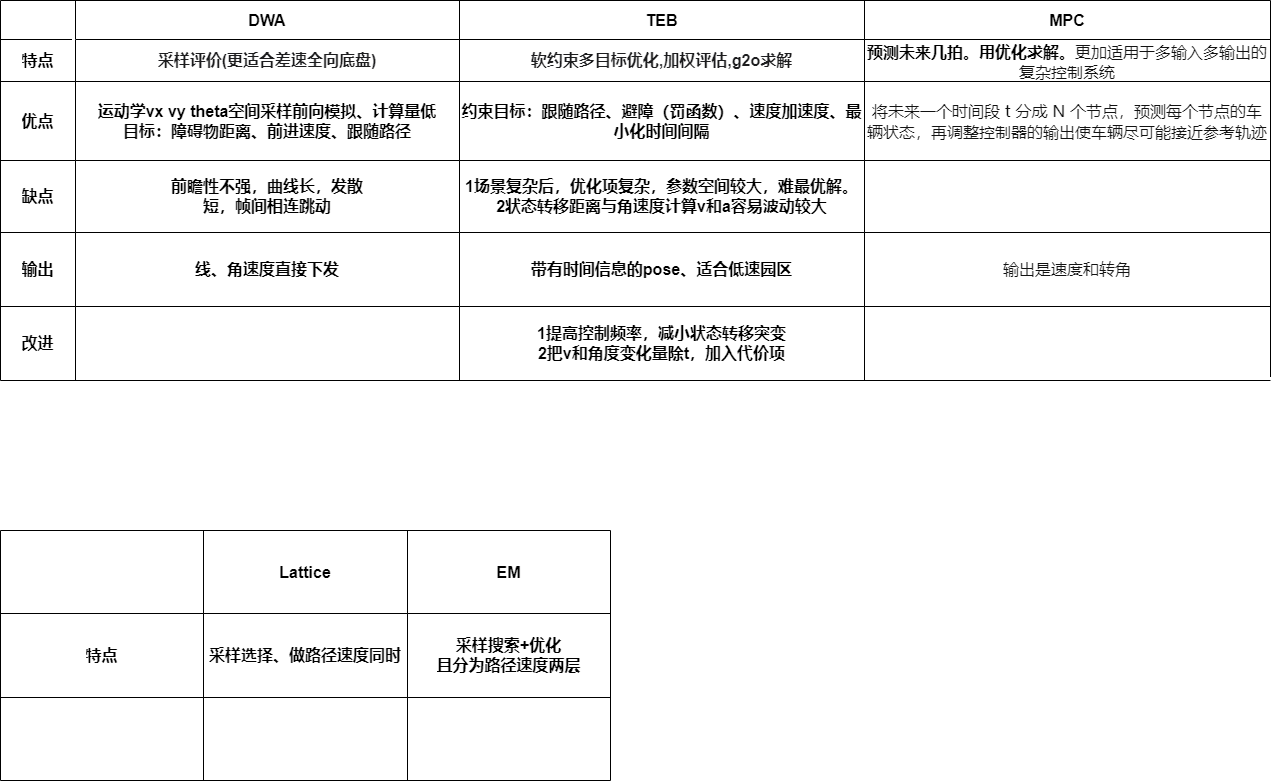
This is fisrst.drawio.png from JonHarold/MAPF, a draw.io export, as it was before one commit. Source tidied: cells renumbered, new cells last; positions are measured from the earlier drawing's top-left corner, leaving out a move shared by most shapes.
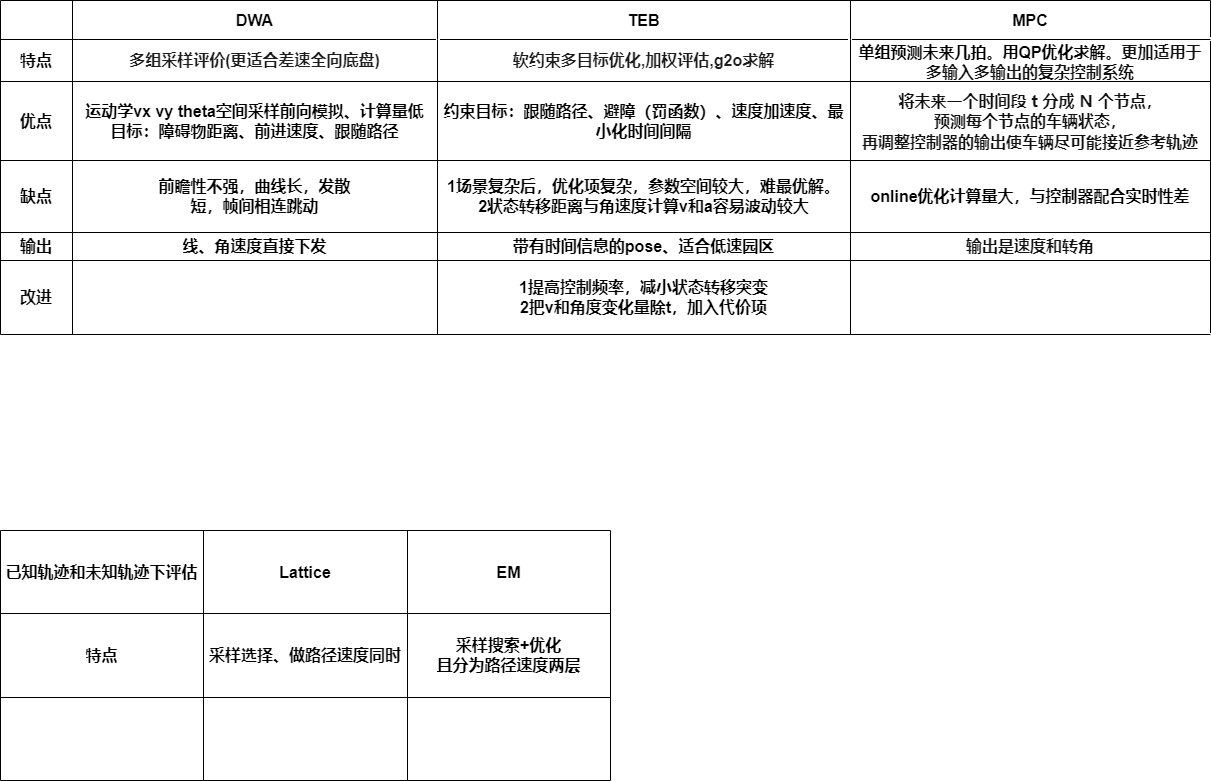
The same diagram one commit later.

Change to the diagram source:
```diff
@@ -3,97 +3,97 @@
     <mxCell id="0" />
     <mxCell id="1" parent="0" />
     <mxCell id="2" style="shape=table;startSize=0;fontSize=16;fontStyle=1;" parent="1" vertex="1">
-      <mxGeometry width="1270" height="380" as="geometry" />
+      <mxGeometry width="1210" height="334" as="geometry" />
     </mxCell>
     <mxCell id="3" style="shape=tableRow;horizontal=0;startSize=0;swimlaneHead=0;swimlaneBody=0;top=0;left=0;bottom=0;right=0;fillColor=none;fontSize=16;fontStyle=1;" parent="2" vertex="1">
-      <mxGeometry width="1270" height="39" as="geometry" />
+      <mxGeometry width="1210" height="39" as="geometry" />
     </mxCell>
     <mxCell id="4" style="shape=partialRectangle;html=1;whiteSpace=wrap;overflow=hidden;fillColor=none;top=0;left=0;bottom=0;right=0;fontSize=16;fontStyle=1;" parent="3" vertex="1">
-      <mxGeometry width="75" height="39" as="geometry" />
+      <mxGeometry width="72" height="39" as="geometry" />
     </mxCell>
     <mxCell id="5" value="DWA" style="shape=partialRectangle;html=1;whiteSpace=wrap;overflow=hidden;fillColor=none;top=0;left=0;bottom=0;right=0;fontSize=16;fontStyle=1;" parent="3" vertex="1">
-      <mxGeometry x="75" width="384" height="39" as="geometry" />
+      <mxGeometry x="72" width="365" height="39" as="geometry" />
     </mxCell>
     <mxCell id="6" value="TEB" style="shape=partialRectangle;html=1;whiteSpace=wrap;overflow=hidden;fillColor=none;top=0;left=0;bottom=0;right=0;fontSize=16;fontStyle=1;" parent="3" vertex="1">
-      <mxGeometry x="459" width="405" height="39" as="geometry" />
+      <mxGeometry x="437" width="413" height="39" as="geometry" />
     </mxCell>
     <mxCell id="7" value="MPC" style="shape=partialRectangle;html=1;whiteSpace=wrap;overflow=hidden;fillColor=none;top=0;left=0;bottom=0;right=0;fontSize=16;fontStyle=1;" parent="3" vertex="1">
-      <mxGeometry x="864" width="406" height="39" as="geometry" />
+      <mxGeometry x="850" width="360" height="39" as="geometry" />
     </mxCell>
     <mxCell id="8" style="shape=tableRow;horizontal=0;startSize=0;swimlaneHead=0;swimlaneBody=0;top=0;left=0;bottom=0;right=0;fillColor=none;fontSize=16;fontStyle=1;" parent="2" vertex="1">
-      <mxGeometry y="39" width="1270" height="42" as="geometry" />
+      <mxGeometry y="39" width="1210" height="42" as="geometry" />
     </mxCell>
     <mxCell id="9" value="特点" style="shape=partialRectangle;html=1;whiteSpace=wrap;overflow=hidden;fillColor=none;top=0;left=0;bottom=0;right=0;fontSize=16;fontStyle=1;" parent="8" vertex="1">
-      <mxGeometry width="75" height="42" as="geometry" />
+      <mxGeometry width="72" height="42" as="geometry" />
     </mxCell>
-    <mxCell id="10" value="&lt;span style=&quot;color: rgb(29, 29, 31); font-family: SourceSansPro, -apple-system, &amp;quot;PingFang SC&amp;quot;, &amp;quot;Apple Color Emoji&amp;quot;, BlinkMacSystemFont, Helvetica, Arial, &amp;quot;Segoe UI Emoji&amp;quot;, &amp;quot;Segoe UI Symbol&amp;quot;, &amp;quot;Microsoft YaHei&amp;quot;, 微软雅黑, 黑体, Heiti, sans-serif, SimSun, 宋体, serif; font-size: 16px; text-align: start; background-color: rgb(255, 255, 255);&quot;&gt;采样评价(更适合差速全向底盘)&lt;/span&gt;" style="shape=partialRectangle;html=1;whiteSpace=wrap;overflow=hidden;fillColor=none;top=0;left=0;bottom=0;right=0;fontSize=16;fontStyle=1;" parent="8" vertex="1">
-      <mxGeometry x="75" width="384" height="42" as="geometry" />
+    <mxCell id="10" value="&lt;span style=&quot;color: rgb(29, 29, 31); font-family: SourceSansPro, -apple-system, &amp;quot;PingFang SC&amp;quot;, &amp;quot;Apple Color Emoji&amp;quot;, BlinkMacSystemFont, Helvetica, Arial, &amp;quot;Segoe UI Emoji&amp;quot;, &amp;quot;Segoe UI Symbol&amp;quot;, &amp;quot;Microsoft YaHei&amp;quot;, 微软雅黑, 黑体, Heiti, sans-serif, SimSun, 宋体, serif; font-size: 16px; text-align: start; background-color: rgb(255, 255, 255);&quot;&gt;多组采样评价(更适合差速全向底盘)&lt;/span&gt;" style="shape=partialRectangle;html=1;whiteSpace=wrap;overflow=hidden;fillColor=none;top=0;left=0;bottom=0;right=0;fontSize=16;fontStyle=1;" parent="8" vertex="1">
+      <mxGeometry x="72" width="365" height="42" as="geometry" />
     </mxCell>
     <mxCell id="11" value="&lt;span style=&quot;color: rgb(29, 29, 31); font-family: SourceSansPro, -apple-system, &amp;quot;PingFang SC&amp;quot;, &amp;quot;Apple Color Emoji&amp;quot;, BlinkMacSystemFont, Helvetica, Arial, &amp;quot;Segoe UI Emoji&amp;quot;, &amp;quot;Segoe UI Symbol&amp;quot;, &amp;quot;Microsoft YaHei&amp;quot;, 微软雅黑, 黑体, Heiti, sans-serif, SimSun, 宋体, serif; font-size: 16px; text-align: start; background-color: rgb(255, 255, 255);&quot;&gt;软约束多目标优化,加权评估,g2o求解&lt;/span&gt;" style="shape=partialRectangle;html=1;whiteSpace=wrap;overflow=hidden;fillColor=none;top=0;left=0;bottom=0;right=0;fontSize=16;fontStyle=1;" parent="8" vertex="1">
-      <mxGeometry x="459" width="405" height="42" as="geometry" />
+      <mxGeometry x="437" width="413" height="42" as="geometry" />
     </mxCell>
-    <mxCell id="12" value="预测未来几拍。用优化求解。&lt;span style=&quot;color: rgb(18, 18, 18); font-family: -apple-system, BlinkMacSystemFont, &amp;quot;Helvetica Neue&amp;quot;, &amp;quot;PingFang SC&amp;quot;, &amp;quot;Microsoft YaHei&amp;quot;, &amp;quot;Source Han Sans SC&amp;quot;, &amp;quot;Noto Sans CJK SC&amp;quot;, &amp;quot;WenQuanYi Micro Hei&amp;quot;, sans-serif; font-size: medium; font-weight: 400; text-align: start; background-color: rgb(255, 255, 255);&quot;&gt;更加适用于多输入多输出的复杂控制系统&lt;/span&gt;" style="shape=partialRectangle;html=1;whiteSpace=wrap;overflow=hidden;fillColor=none;top=0;left=0;bottom=0;right=0;fontSize=16;fontStyle=1;" parent="8" vertex="1">
-      <mxGeometry x="864" width="406" height="42" as="geometry" />
+    <mxCell id="12" value="单组预测未来几拍。用QP优化求解。&lt;span style=&quot;color: rgb(18, 18, 18); font-family: -apple-system, BlinkMacSystemFont, &amp;quot;Helvetica Neue&amp;quot;, &amp;quot;PingFang SC&amp;quot;, &amp;quot;Microsoft YaHei&amp;quot;, &amp;quot;Source Han Sans SC&amp;quot;, &amp;quot;Noto Sans CJK SC&amp;quot;, &amp;quot;WenQuanYi Micro Hei&amp;quot;, sans-serif; font-size: medium; text-align: start; background-color: rgb(255, 255, 255);&quot;&gt;更加适用于多输入多输出的复杂控制系统&lt;/span&gt;" style="shape=partialRectangle;html=1;whiteSpace=wrap;overflow=hidden;fillColor=none;top=0;left=0;bottom=0;right=0;fontSize=16;fontStyle=1;" parent="8" vertex="1">
+      <mxGeometry x="850" width="360" height="42" as="geometry" />
     </mxCell>
     <mxCell id="13" style="shape=tableRow;horizontal=0;startSize=0;swimlaneHead=0;swimlaneBody=0;top=0;left=0;bottom=0;right=0;fillColor=none;fontSize=16;fontStyle=1;" parent="2" vertex="1">
-      <mxGeometry y="81" width="1270" height="79" as="geometry" />
+      <mxGeometry y="81" width="1210" height="79" as="geometry" />
     </mxCell>
     <mxCell id="14" value="优点" style="shape=partialRectangle;html=1;whiteSpace=wrap;overflow=hidden;fillColor=none;top=0;left=0;bottom=0;right=0;fontSize=16;fontStyle=1;" parent="13" vertex="1">
-      <mxGeometry width="75" height="79" as="geometry" />
+      <mxGeometry width="72" height="79" as="geometry" />
     </mxCell>
     <mxCell id="15" value="运动学vx vy theta空间采样前向模拟、计算量低&lt;br&gt;目标：障碍物距离、前进速度、跟随路径" style="shape=partialRectangle;html=1;whiteSpace=wrap;overflow=hidden;fillColor=none;top=0;left=0;bottom=0;right=0;fontSize=16;fontStyle=1;" parent="13" vertex="1">
-      <mxGeometry x="75" width="384" height="79" as="geometry" />
+      <mxGeometry x="72" width="365" height="79" as="geometry" />
     </mxCell>
     <mxCell id="16" value="约束目标：跟随路径、避障（罚函数）、速度加速度、最小化时间间隔" style="shape=partialRectangle;html=1;whiteSpace=wrap;overflow=hidden;fillColor=none;top=0;left=0;bottom=0;right=0;fontSize=16;fontStyle=1;" parent="13" vertex="1">
-      <mxGeometry x="459" width="405" height="79" as="geometry" />
+      <mxGeometry x="437" width="413" height="79" as="geometry" />
     </mxCell>
-    <mxCell id="17" value="&lt;span style=&quot;color: rgb(18, 18, 18); font-family: -apple-system, BlinkMacSystemFont, &amp;quot;Helvetica Neue&amp;quot;, &amp;quot;PingFang SC&amp;quot;, &amp;quot;Microsoft YaHei&amp;quot;, &amp;quot;Source Han Sans SC&amp;quot;, &amp;quot;Noto Sans CJK SC&amp;quot;, &amp;quot;WenQuanYi Micro Hei&amp;quot;, sans-serif; font-size: medium; font-weight: 400; text-align: start; background-color: rgb(255, 255, 255);&quot;&gt;将未来一个时间段 t 分成 N 个节点，预测每个节点的车辆状态，再调整控制器的输出使车辆尽可能接近参考轨迹&lt;/span&gt;" style="shape=partialRectangle;html=1;whiteSpace=wrap;overflow=hidden;fillColor=none;top=0;left=0;bottom=0;right=0;fontSize=16;fontStyle=1;" parent="13" vertex="1">
-      <mxGeometry x="864" width="406" height="79" as="geometry" />
+    <mxCell id="17" value="&lt;span style=&quot;color: rgb(18, 18, 18); font-family: -apple-system, BlinkMacSystemFont, &amp;quot;Helvetica Neue&amp;quot;, &amp;quot;PingFang SC&amp;quot;, &amp;quot;Microsoft YaHei&amp;quot;, &amp;quot;Source Han Sans SC&amp;quot;, &amp;quot;Noto Sans CJK SC&amp;quot;, &amp;quot;WenQuanYi Micro Hei&amp;quot;, sans-serif; font-size: medium; text-align: start; background-color: rgb(255, 255, 255);&quot;&gt;将未来一个时间段 t 分成 N 个节点，&lt;br&gt;预测每个节点的车辆状态，&lt;br&gt;再调整控制器的输出使车辆尽可能接近参考轨迹&lt;/span&gt;" style="shape=partialRectangle;html=1;whiteSpace=wrap;overflow=hidden;fillColor=none;top=0;left=0;bottom=0;right=0;fontSize=16;fontStyle=1;" parent="13" vertex="1">
+      <mxGeometry x="850" width="360" height="79" as="geometry" />
     </mxCell>
     <mxCell id="18" style="shape=tableRow;horizontal=0;startSize=0;swimlaneHead=0;swimlaneBody=0;top=0;left=0;bottom=0;right=0;fillColor=none;fontSize=16;fontStyle=1;" parent="2" vertex="1">
-      <mxGeometry y="160" width="1270" height="72" as="geometry" />
+      <mxGeometry y="160" width="1210" height="72" as="geometry" />
     </mxCell>
     <mxCell id="19" value="缺点" style="shape=partialRectangle;html=1;whiteSpace=wrap;overflow=hidden;fillColor=none;top=0;left=0;bottom=0;right=0;fontSize=16;fontStyle=1;" parent="18" vertex="1">
-      <mxGeometry width="75" height="72" as="geometry" />
+      <mxGeometry width="72" height="72" as="geometry" />
     </mxCell>
     <mxCell id="20" value="前瞻性不强，曲线长，发散&lt;br style=&quot;font-size: 16px;&quot;&gt;短，帧间相连跳动" style="shape=partialRectangle;html=1;whiteSpace=wrap;overflow=hidden;fillColor=none;top=0;left=0;bottom=0;right=0;fontSize=16;fontStyle=1;" parent="18" vertex="1">
-      <mxGeometry x="75" width="384" height="72" as="geometry" />
+      <mxGeometry x="72" width="365" height="72" as="geometry" />
     </mxCell>
     <mxCell id="21" value="1场景复杂后，优化项复杂，参数空间较大，难最优解。&lt;br&gt;2状态转移距离与角速度计算v和a容易波动较大" style="shape=partialRectangle;html=1;whiteSpace=wrap;overflow=hidden;fillColor=none;top=0;left=0;bottom=0;right=0;fontSize=16;fontStyle=1;" parent="18" vertex="1">
-      <mxGeometry x="459" width="405" height="72" as="geometry" />
+      <mxGeometry x="437" width="413" height="72" as="geometry" />
     </mxCell>
-    <mxCell id="22" style="shape=partialRectangle;html=1;whiteSpace=wrap;overflow=hidden;fillColor=none;top=0;left=0;bottom=0;right=0;fontSize=16;fontStyle=1;" parent="18" vertex="1">
-      <mxGeometry x="864" width="406" height="72" as="geometry" />
+    <mxCell id="22" value="online优化计算量大，与控制器配合实时性差" style="shape=partialRectangle;html=1;whiteSpace=wrap;overflow=hidden;fillColor=none;top=0;left=0;bottom=0;right=0;fontSize=16;fontStyle=1;" parent="18" vertex="1">
+      <mxGeometry x="850" width="360" height="72" as="geometry" />
     </mxCell>
     <mxCell id="23" style="shape=tableRow;horizontal=0;startSize=0;swimlaneHead=0;swimlaneBody=0;top=0;left=0;bottom=0;right=0;fillColor=none;fontSize=16;fontStyle=1;" parent="2" vertex="1">
-      <mxGeometry y="232" width="1270" height="74" as="geometry" />
+      <mxGeometry y="232" width="1210" height="28" as="geometry" />
     </mxCell>
     <mxCell id="24" value="输出" style="shape=partialRectangle;html=1;whiteSpace=wrap;overflow=hidden;fillColor=none;top=0;left=0;bottom=0;right=0;fontSize=16;fontStyle=1;" parent="23" vertex="1">
-      <mxGeometry width="75" height="74" as="geometry" />
+      <mxGeometry width="72" height="28" as="geometry" />
     </mxCell>
     <mxCell id="25" value="线、角速度直接下发" style="shape=partialRectangle;html=1;whiteSpace=wrap;overflow=hidden;fillColor=none;top=0;left=0;bottom=0;right=0;fontSize=16;fontStyle=1;" parent="23" vertex="1">
-      <mxGeometry x="75" width="384" height="74" as="geometry" />
+      <mxGeometry x="72" width="365" height="28" as="geometry" />
     </mxCell>
     <mxCell id="26" value="带有时间信息的pose、适合低速园区" style="shape=partialRectangle;html=1;whiteSpace=wrap;overflow=hidden;fillColor=none;top=0;left=0;bottom=0;right=0;fontSize=16;fontStyle=1;" parent="23" vertex="1">
-      <mxGeometry x="459" width="405" height="74" as="geometry" />
+      <mxGeometry x="437" width="413" height="28" as="geometry" />
     </mxCell>
-    <mxCell id="27" value="&lt;span style=&quot;color: rgb(18, 18, 18); font-family: -apple-system, BlinkMacSystemFont, &amp;quot;Helvetica Neue&amp;quot;, &amp;quot;PingFang SC&amp;quot;, &amp;quot;Microsoft YaHei&amp;quot;, &amp;quot;Source Han Sans SC&amp;quot;, &amp;quot;Noto Sans CJK SC&amp;quot;, &amp;quot;WenQuanYi Micro Hei&amp;quot;, sans-serif; font-size: medium; font-weight: 400; text-align: start; background-color: rgb(255, 255, 255);&quot;&gt;输出是速度和转角&lt;/span&gt;" style="shape=partialRectangle;html=1;whiteSpace=wrap;overflow=hidden;fillColor=none;top=0;left=0;bottom=0;right=0;fontSize=16;fontStyle=1;" parent="23" vertex="1">
-      <mxGeometry x="864" width="406" height="74" as="geometry" />
+    <mxCell id="27" value="&lt;span style=&quot;color: rgb(18, 18, 18); font-family: -apple-system, BlinkMacSystemFont, &amp;quot;Helvetica Neue&amp;quot;, &amp;quot;PingFang SC&amp;quot;, &amp;quot;Microsoft YaHei&amp;quot;, &amp;quot;Source Han Sans SC&amp;quot;, &amp;quot;Noto Sans CJK SC&amp;quot;, &amp;quot;WenQuanYi Micro Hei&amp;quot;, sans-serif; font-size: medium; text-align: start; background-color: rgb(255, 255, 255);&quot;&gt;输出是速度和转角&lt;/span&gt;" style="shape=partialRectangle;html=1;whiteSpace=wrap;overflow=hidden;fillColor=none;top=0;left=0;bottom=0;right=0;fontSize=16;fontStyle=1;" parent="23" vertex="1">
+      <mxGeometry x="850" width="360" height="28" as="geometry" />
     </mxCell>
     <mxCell id="28" style="shape=tableRow;horizontal=0;startSize=0;swimlaneHead=0;swimlaneBody=0;top=0;left=0;bottom=0;right=0;fillColor=none;fontSize=16;fontStyle=1;" parent="2" vertex="1">
-      <mxGeometry y="306" width="1270" height="74" as="geometry" />
+      <mxGeometry y="260" width="1210" height="74" as="geometry" />
     </mxCell>
     <mxCell id="29" value="改进" style="shape=partialRectangle;html=1;whiteSpace=wrap;overflow=hidden;fillColor=none;top=0;left=0;bottom=0;right=0;fontSize=16;fontStyle=1;" parent="28" vertex="1">
-      <mxGeometry width="75" height="74" as="geometry" />
+      <mxGeometry width="72" height="74" as="geometry" />
     </mxCell>
     <mxCell id="30" style="shape=partialRectangle;html=1;whiteSpace=wrap;overflow=hidden;fillColor=none;top=0;left=0;bottom=0;right=0;fontSize=16;fontStyle=1;" parent="28" vertex="1">
-      <mxGeometry x="75" width="384" height="74" as="geometry" />
+      <mxGeometry x="72" width="365" height="74" as="geometry" />
     </mxCell>
     <mxCell id="31" value="1提高控制频率，减小状态转移突变&lt;br&gt;2把v和角度变化量除t，加入代价项" style="shape=partialRectangle;html=1;whiteSpace=wrap;overflow=hidden;fillColor=none;top=0;left=0;bottom=0;right=0;fontSize=16;fontStyle=1;" parent="28" vertex="1">
-      <mxGeometry x="459" width="405" height="74" as="geometry" />
+      <mxGeometry x="437" width="413" height="74" as="geometry" />
     </mxCell>
     <mxCell id="32" style="shape=partialRectangle;html=1;whiteSpace=wrap;overflow=hidden;fillColor=none;top=0;left=0;bottom=0;right=0;fontSize=16;fontStyle=1;" parent="28" vertex="1">
-      <mxGeometry x="864" width="406" height="74" as="geometry" />
+      <mxGeometry x="850" width="360" height="74" as="geometry" />
     </mxCell>
     <mxCell id="33" style="shape=table;startSize=0;fontSize=16;fontStyle=1;" parent="1" vertex="1">
       <mxGeometry y="530" width="610" height="250" as="geometry" />
@@ -101,7 +101,7 @@
     <mxCell id="34" style="shape=tableRow;horizontal=0;startSize=0;swimlaneHead=0;swimlaneBody=0;top=0;left=0;bottom=0;right=0;fillColor=none;fontSize=16;fontStyle=1;" parent="33" vertex="1">
       <mxGeometry width="610" height="83" as="geometry" />
     </mxCell>
-    <mxCell id="35" style="shape=partialRectangle;html=1;whiteSpace=wrap;overflow=hidden;fillColor=none;top=0;left=0;bottom=0;right=0;fontSize=16;fontStyle=1;" parent="34" vertex="1">
+    <mxCell id="35" value="已知轨迹和未知轨迹下评估" style="shape=partialRectangle;html=1;whiteSpace=wrap;overflow=hidden;fillColor=none;top=0;left=0;bottom=0;right=0;fontSize=16;fontStyle=1;" parent="34" vertex="1">
       <mxGeometry width="203" height="83" as="geometry" />
     </mxCell>
     <mxCell id="36" value="Lattice" style="shape=partialRectangle;html=1;whiteSpace=wrap;overflow=hidden;fillColor=none;top=0;left=0;bottom=0;right=0;fontSize=16;fontStyle=1;" parent="34" vertex="1">
```
